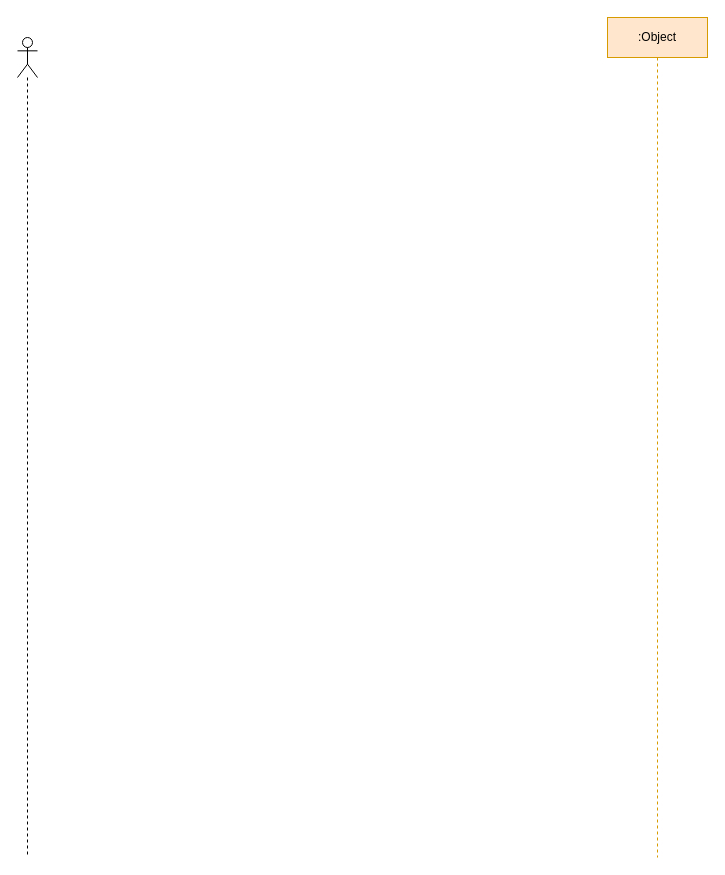
kanchantewary/CloudPakForData keeps this draw.io diagram as datastage.drawio. Above is the earlier version. Source tidied: cells renumbered, new cells numbered last; positions are measured from the earlier drawing's top-left corner, leaving out a move shared by most shapes. Both pictures are drawn from the tidied source at 100%, with x=0, y=0 at pixel (17, 17).
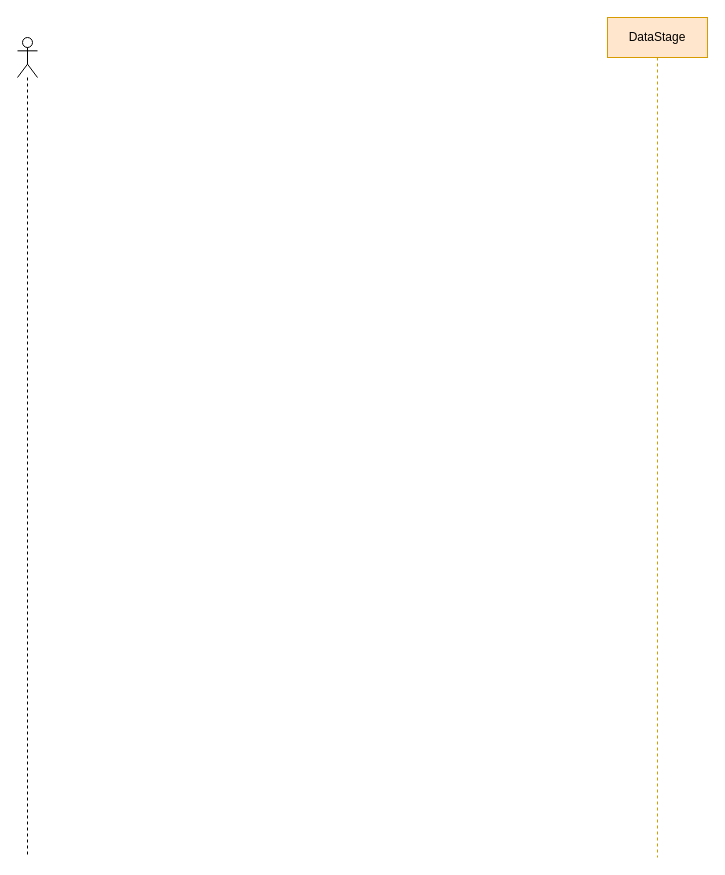
The same diagram, later.

Diff of the diagram source:
```diff
@@
 <mxGraphModel>
   <root>
     <mxCell id="0" />
     <mxCell id="1" parent="0" />
-    <mxCell id="2" value=":Object" style="shape=umlLifeline;perimeter=lifelinePerimeter;whiteSpace=wrap;html=1;fillColor=#ffe6cc;strokeColor=#d79b00;" parent="1" vertex="1">
+    <mxCell id="2" value="DataStage" style="shape=umlLifeline;perimeter=lifelinePerimeter;whiteSpace=wrap;html=1;fillColor=#ffe6cc;strokeColor=#d79b00;" parent="1" vertex="1">
       <mxGeometry x="590" width="100" height="840" as="geometry" />
     </mxCell>
     <mxCell id="3" style="shape=umlLifeline;participant=umlActor;perimeter=lifelinePerimeter;whiteSpace=wrap;html=1;verticalAlign=top;spacingTop=36;" parent="1" vertex="1">
       <mxGeometry y="20" width="20" height="820" as="geometry" />
     </mxCell>
   </root>
 </mxGraphModel>
```
